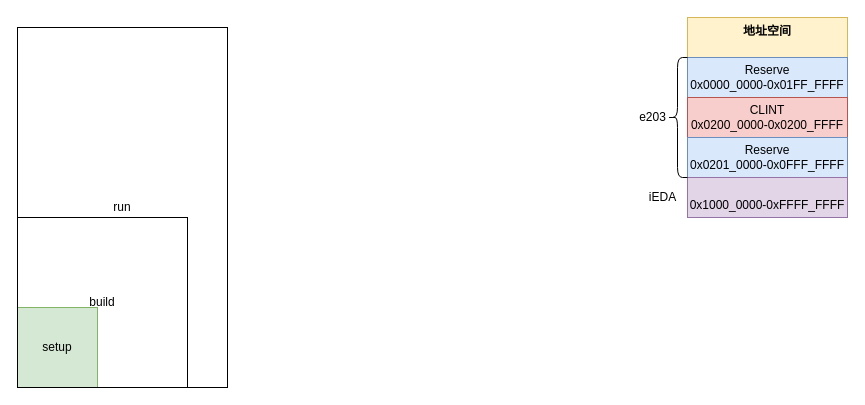
ZPNMiaoHeng/drawioFolder keeps this draw.io diagram as page "ibex" (7 of 7) of 五级流水.drawio. Above is the earlier version. Source tidied: cells renumbered, new cells numbered last; positions are measured from the earlier drawing's top-left corner, leaving out a move shared by most shapes. Both pictures are drawn from the tidied source at 100%, with x=0, y=0 at pixel (17, 17).
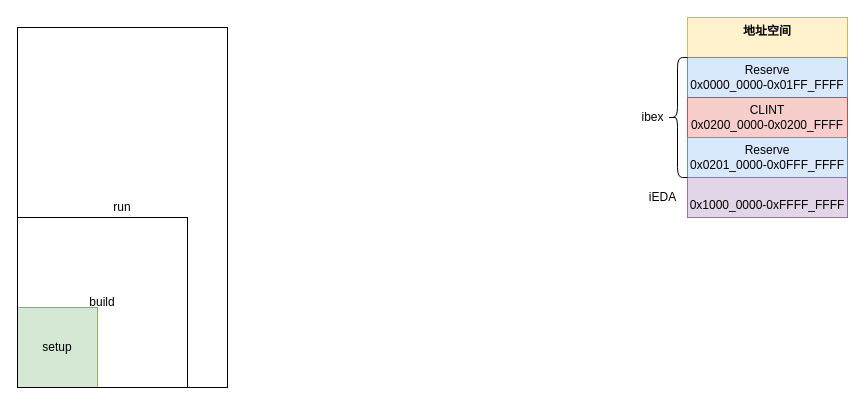
The same page after the edit.

Commit message:
更新五级流水.drawio

The edit, as a diff of the source:
```diff
@@
 <mxGraphModel>
   <root>
     <mxCell id="0" />
     <mxCell id="1" parent="0" />
     <mxCell id="2" value="地址空间" style="rounded=0;whiteSpace=wrap;html=1;fillColor=#fff2cc;strokeColor=#d6b656;fontStyle=1;verticalAlign=top;" parent="1" vertex="1">
       <mxGeometry x="670" width="160" height="40" as="geometry" />
     </mxCell>
     <mxCell id="3" value="Reserve&lt;br&gt;0x0000_0000-0x01FF_FFFF" style="rounded=0;whiteSpace=wrap;html=1;fillColor=#dae8fc;strokeColor=#6c8ebf;" parent="1" vertex="1">
       <mxGeometry x="670" y="40" width="160" height="40" as="geometry" />
     </mxCell>
     <mxCell id="4" value="CLINT&lt;br&gt;0x0200_0000-0x0200_FFFF" style="rounded=0;whiteSpace=wrap;html=1;fillColor=#f8cecc;strokeColor=#b85450;" parent="1" vertex="1">
       <mxGeometry x="670" y="80" width="160" height="40" as="geometry" />
     </mxCell>
     <mxCell id="5" value="Reserve&lt;br&gt;0x0201_0000-0x0FFF_FFFF" style="rounded=0;whiteSpace=wrap;html=1;fillColor=#dae8fc;strokeColor=#6c8ebf;" parent="1" vertex="1">
       <mxGeometry x="670" y="120" width="160" height="40" as="geometry" />
     </mxCell>
     <mxCell id="6" value="&lt;br&gt;0x1000_0000-0xFFFF_FFFF" style="rounded=0;whiteSpace=wrap;html=1;fillColor=#e1d5e7;strokeColor=#9673a6;" parent="1" vertex="1">
       <mxGeometry x="670" y="160" width="160" height="40" as="geometry" />
     </mxCell>
     <mxCell id="7" style="shape=curlyBracket;whiteSpace=wrap;html=1;rounded=1;labelPosition=left;verticalLabelPosition=middle;align=right;verticalAlign=middle;" parent="1" vertex="1">
       <mxGeometry x="650" y="40" width="20" height="120" as="geometry" />
     </mxCell>
-    <mxCell id="8" value="e203" style="text;html=1;align=center;verticalAlign=middle;strokeColor=none;fillColor=none;" parent="1" vertex="1">
+    <mxCell id="8" value="ibex" style="text;html=1;align=center;verticalAlign=middle;strokeColor=none;fillColor=none;" parent="1" vertex="1">
       <mxGeometry x="610" y="85" width="50" height="30" as="geometry" />
     </mxCell>
     <mxCell id="9" value="iEDA" style="text;html=1;align=center;verticalAlign=middle;strokeColor=none;fillColor=none;" parent="1" vertex="1">
       <mxGeometry x="620" y="165" width="50" height="30" as="geometry" />
     </mxCell>
     <mxCell id="10" value="setup" style="whiteSpace=wrap;html=1;fillColor=#d5e8d4;strokeColor=#82b366;" parent="1" vertex="1">
       <mxGeometry y="290" width="80" height="80" as="geometry" />
     </mxCell>
     <mxCell id="11" value="build" style="whiteSpace=wrap;html=1;fillColor=none;" parent="1" vertex="1">
       <mxGeometry y="200" width="170" height="170" as="geometry" />
     </mxCell>
     <mxCell id="12" value="run" style="whiteSpace=wrap;html=1;gradientColor=default;fillColor=none;" parent="1" vertex="1">
       <mxGeometry y="10" width="210" height="360" as="geometry" />
     </mxCell>
   </root>
 </mxGraphModel>
```
